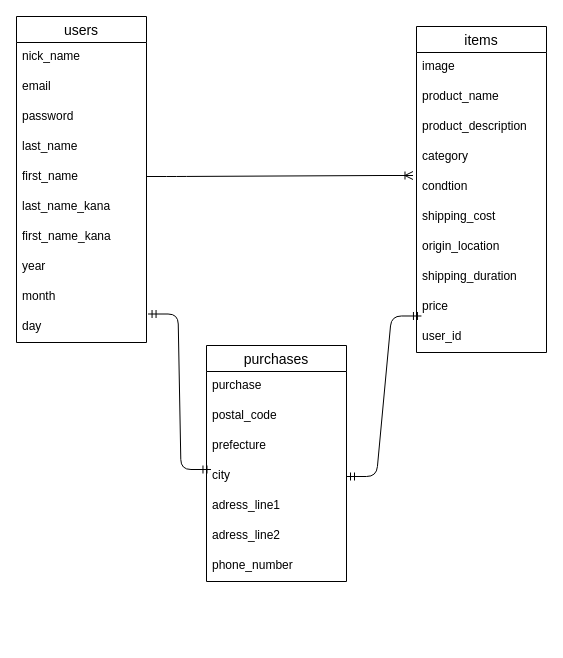
The draw.io diagram furima.dio in koseki3104/furima-39437, before the edit. Source tidied: cells renumbered, new cells numbered last; positions are measured from the earlier drawing's top-left corner, leaving out a move shared by most shapes. Both pictures are drawn from the tidied source at 100%, with x=0, y=0 at pixel (16, 16).
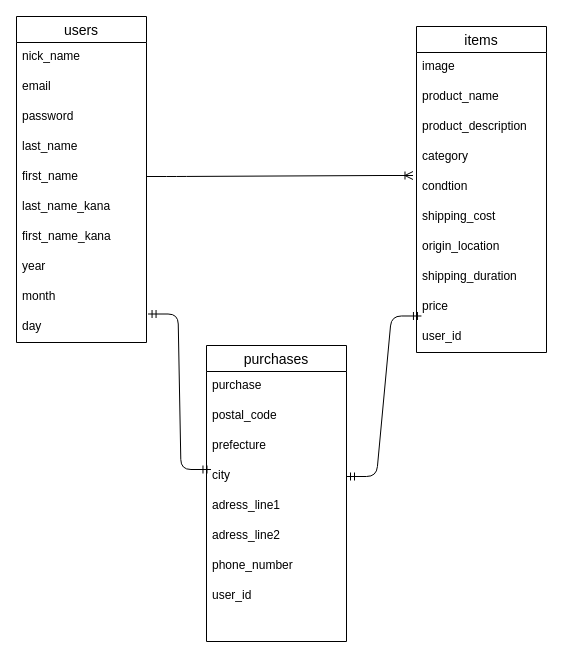
The same diagram, later.

The edit, as a diff of the source:
```diff
@@
     <mxCell id="24" value="purchases" style="swimlane;fontStyle=0;horizontal=1;startSize=26;align=center;fontSize=14;" parent="1" vertex="1">
-      <mxGeometry x="190" y="329" width="140" height="236" as="geometry" />
+      <mxGeometry x="190" y="329" width="140" height="296" as="geometry" />
     </mxCell>
@@
+    <mxCell id="35" value="user_id" style="text;strokeColor=none;fillColor=none;spacingLeft=4;spacingRight=4;overflow=hidden;fontSize=12;" parent="24" vertex="1">
+      <mxGeometry y="236" width="140" height="30" as="geometry" />
+    </mxCell>
+    <mxCell id="36" style="text;strokeColor=none;fillColor=none;spacingLeft=4;spacingRight=4;overflow=hidden;fontSize=12;" parent="24" vertex="1">
+      <mxGeometry y="266" width="140" height="30" as="geometry" />
+    </mxCell>
```
